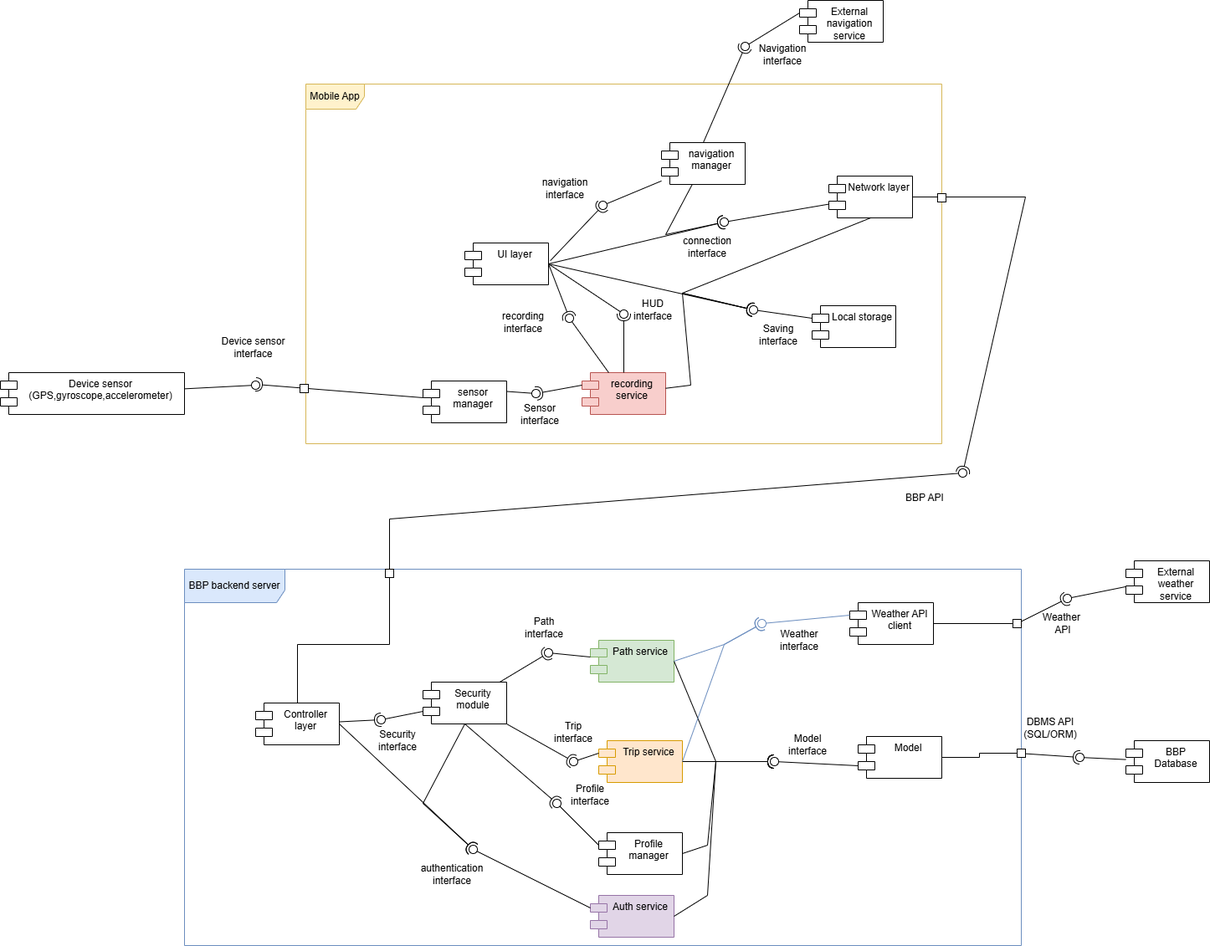
Before: DD/LaTeXCode/images/componentDiagrams/Component_diagram-Complete_low_level_diagram.drawio.png, a diagram exported from draw.io (jacopobellosi/Bellosi-Montanelli-Tempobono). Source tidied: cells renumbered, new cells last; positions are measured from the earlier drawing's top-left corner, leaving out a move shared by most shapes.
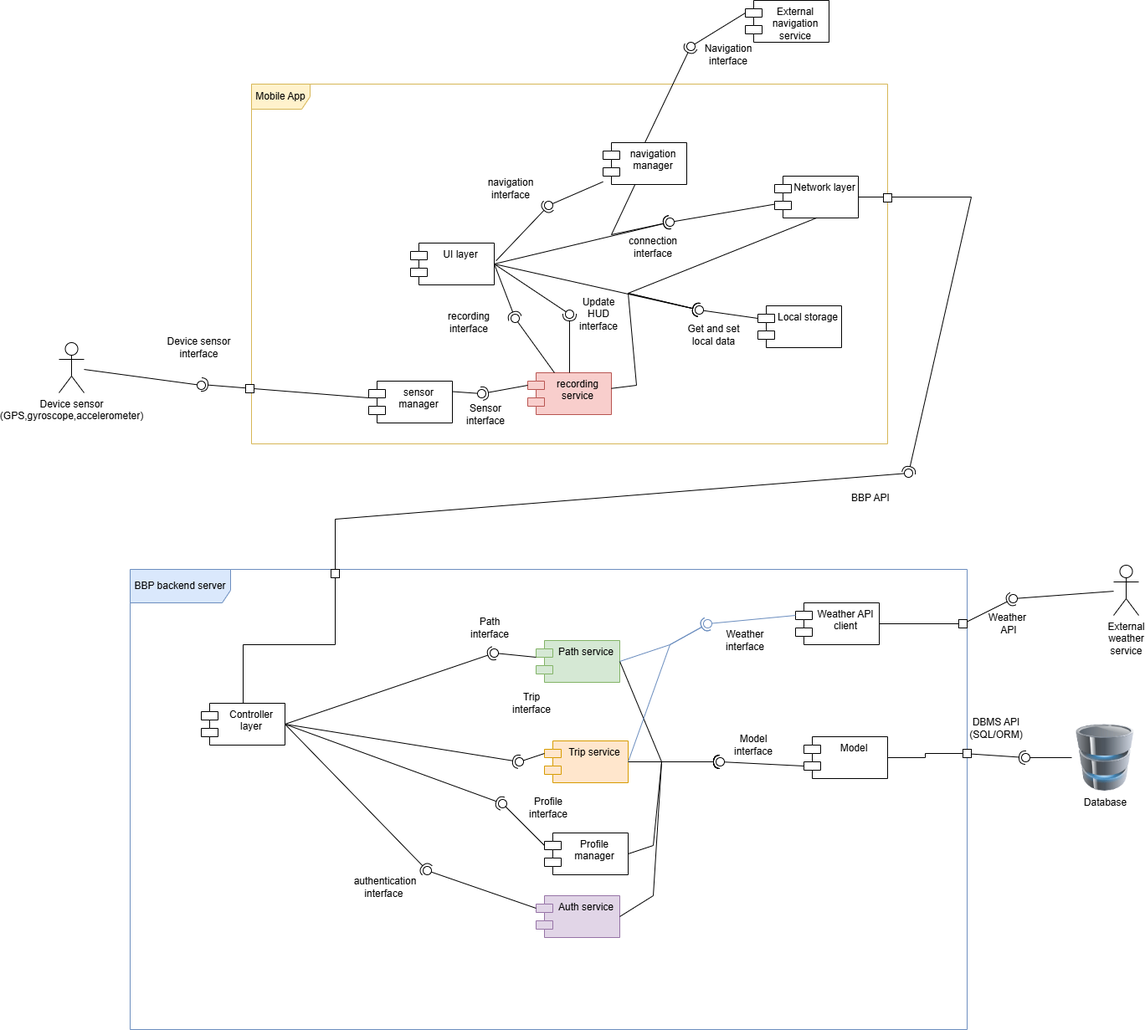
After the change.

What changed in the source:
```diff
@@ -3,20 +3,11 @@
     <mxCell id="0" />
     <mxCell id="1" parent="0" />
     <mxCell id="2" value="BBP backend server" style="shape=umlFrame;whiteSpace=wrap;html=1;width=120;height=40;fillColor=#dae8fc;strokeColor=#6c8ebf;" parent="1" vertex="1">
-      <mxGeometry x="220" y="680" width="1000" height="450" as="geometry" />
+      <mxGeometry x="220" y="680" width="1000" height="550" as="geometry" />
     </mxCell>
-    <mxCell id="3" value="BBP Database" style="shape=module;align=left;spacingLeft=20;align=center;verticalAlign=top;whiteSpace=wrap;html=1;" parent="1" vertex="1">
-      <mxGeometry x="1345" y="885" width="100" height="50" as="geometry" />
-    </mxCell>
     <mxCell id="4" value="External navigation service" style="shape=module;align=left;spacingLeft=20;align=center;verticalAlign=top;whiteSpace=wrap;html=1;" parent="1" vertex="1">
       <mxGeometry x="955" width="100" height="50" as="geometry" />
     </mxCell>
-    <mxCell id="5" value="Device sensor&lt;br&gt;(GPS,gyroscope,accelerometer)" style="shape=module;align=left;spacingLeft=20;align=center;verticalAlign=top;whiteSpace=wrap;html=1;" parent="1" vertex="1">
-      <mxGeometry y="445" width="220" height="50" as="geometry" />
-    </mxCell>
-    <mxCell id="6" value="External weather service" style="shape=module;align=left;spacingLeft=20;align=center;verticalAlign=top;whiteSpace=wrap;html=1;" parent="1" vertex="1">
-      <mxGeometry x="1345" y="670" width="100" height="50" as="geometry" />
-    </mxCell>
     <mxCell id="7" style="ellipse;whiteSpace=wrap;html=1;align=center;fillColor=none;strokeColor=none;perimeter=centerPerimeter;" parent="1" vertex="1">
       <mxGeometry x="810" y="580" width="10" height="10" as="geometry" />
     </mxCell>
@@ -32,7 +23,7 @@
     <mxCell id="11" style="rounded=0;jettySize=auto;html=1;endArrow=halfCircle;endFill=0;endSize=6;strokeWidth=1;sketch=0;exitX=1.001;exitY=0.56;exitDx=0;exitDy=0;exitPerimeter=0;" parent="1" edge="1" source="24" target="13">
       <mxGeometry relative="1" as="geometry" />
     </mxCell>
-    <mxCell id="12" style="rounded=0;jettySize=auto;html=1;endArrow=oval;endFill=0;sketch=0;sourcePerimeterSpacing=0;targetPerimeterSpacing=0;endSize=10;" parent="1" edge="1" source="3" target="13">
+    <mxCell id="12" style="rounded=0;jettySize=auto;html=1;endArrow=oval;endFill=0;sketch=0;sourcePerimeterSpacing=0;targetPerimeterSpacing=0;endSize=10;" parent="1" edge="1" source="127" target="13">
       <mxGeometry relative="1" as="geometry" />
     </mxCell>
     <mxCell id="13" style="ellipse;whiteSpace=wrap;html=1;align=center;fillColor=none;strokeColor=none;perimeter=centerPerimeter;points=[];outlineConnect=1;" parent="1" vertex="1">
@@ -41,7 +32,7 @@
     <mxCell id="14" style="rounded=0;jettySize=auto;html=1;endArrow=halfCircle;endFill=0;endSize=6;strokeWidth=1;sketch=0;" parent="1" edge="1" source="26" target="16">
       <mxGeometry relative="1" as="geometry" />
     </mxCell>
-    <mxCell id="15" style="rounded=0;jettySize=auto;html=1;endArrow=oval;endFill=0;sketch=0;sourcePerimeterSpacing=0;targetPerimeterSpacing=0;endSize=10;exitX=0.005;exitY=0.616;exitDx=0;exitDy=0;exitPerimeter=0;" parent="1" edge="1" source="6" target="16">
+    <mxCell id="15" style="rounded=0;jettySize=auto;html=1;endArrow=oval;endFill=0;sketch=0;sourcePerimeterSpacing=0;targetPerimeterSpacing=0;endSize=10;" parent="1" edge="1" source="6" target="16">
       <mxGeometry relative="1" as="geometry" />
     </mxCell>
     <mxCell id="16" style="ellipse;whiteSpace=wrap;html=1;align=center;fillColor=none;strokeColor=none;perimeter=centerPerimeter;points=[];outlineConnect=1;" parent="1" vertex="1">
@@ -116,9 +107,9 @@
       <mxGeometry relative="1" as="geometry" />
     </mxCell>
     <mxCell id="38" style="ellipse;whiteSpace=wrap;html=1;align=center;fillColor=none;strokeColor=none;perimeter=centerPerimeter;points=[];outlineConnect=1;" parent="1" vertex="1">
-      <mxGeometry x="560" y="1010" width="10" height="10" as="geometry" />
+      <mxGeometry x="570" y="1035" width="10" height="10" as="geometry" />
     </mxCell>
-    <mxCell id="39" style="rounded=0;jettySize=auto;html=1;endArrow=halfCircle;endFill=0;endSize=6;strokeWidth=1;sketch=0;" parent="1" edge="1" source="58">
+    <mxCell id="39" style="rounded=0;jettySize=auto;html=1;endArrow=halfCircle;endFill=0;endSize=6;strokeWidth=1;sketch=0;exitX=1;exitY=0.5;exitDx=0;exitDy=0;" parent="1" edge="1" source="29">
       <mxGeometry relative="1" as="geometry">
         <mxPoint x="655" y="780" as="targetPoint" />
       </mxGeometry>
@@ -131,7 +122,7 @@
     <mxCell id="41" style="ellipse;whiteSpace=wrap;html=1;align=center;fillColor=none;strokeColor=none;perimeter=centerPerimeter;" parent="1" vertex="1">
       <mxGeometry x="560" y="840" width="10" height="10" as="geometry" />
     </mxCell>
-    <mxCell id="42" style="rounded=0;jettySize=auto;html=1;endArrow=halfCircle;endFill=0;endSize=6;strokeWidth=1;sketch=0;exitX=1;exitY=1;exitDx=0;exitDy=0;" parent="1" edge="1" source="58">
+    <mxCell id="42" style="rounded=0;jettySize=auto;html=1;endArrow=halfCircle;endFill=0;endSize=6;strokeWidth=1;sketch=0;exitX=1;exitY=0.5;exitDx=0;exitDy=0;" parent="1" edge="1" source="29">
       <mxGeometry relative="1" as="geometry">
         <mxPoint x="685" y="910" as="targetPoint" />
       </mxGeometry>
@@ -142,9 +133,9 @@
       </mxGeometry>
     </mxCell>
     <mxCell id="44" style="ellipse;whiteSpace=wrap;html=1;align=center;fillColor=none;strokeColor=none;perimeter=centerPerimeter;" parent="1" vertex="1">
-      <mxGeometry x="560" y="920" width="10" height="10" as="geometry" />
+      <mxGeometry x="560" y="910" width="10" height="10" as="geometry" />
     </mxCell>
-    <mxCell id="45" style="rounded=0;jettySize=auto;html=1;endArrow=halfCircle;endFill=0;endSize=6;strokeWidth=1;sketch=0;exitX=0.5;exitY=1;exitDx=0;exitDy=0;" parent="1" edge="1" source="58">
+    <mxCell id="45" style="rounded=0;jettySize=auto;html=1;endArrow=halfCircle;endFill=0;endSize=6;strokeWidth=1;sketch=0;exitX=1;exitY=0.5;exitDx=0;exitDy=0;" parent="1" edge="1" source="29">
       <mxGeometry relative="1" as="geometry">
         <mxPoint x="665" y="960" as="targetPoint" />
       </mxGeometry>
@@ -206,19 +197,6 @@
     <mxCell id="57" style="ellipse;whiteSpace=wrap;html=1;align=center;fillColor=none;strokeColor=none;perimeter=centerPerimeter;points=[];outlineConnect=1;" parent="1" vertex="1">
       <mxGeometry x="905" y="740" width="10" height="10" as="geometry" />
     </mxCell>
-    <mxCell id="58" value="Security&lt;br&gt;module" style="shape=module;align=left;spacingLeft=20;align=center;verticalAlign=top;whiteSpace=wrap;html=1;" parent="1" vertex="1">
-      <mxGeometry x="505" y="815" width="100" height="50" as="geometry" />
-    </mxCell>
-    <mxCell id="59" style="rounded=0;jettySize=auto;html=1;endArrow=halfCircle;endFill=0;endSize=6;strokeWidth=1;sketch=0;" parent="1" edge="1" source="29">
-      <mxGeometry relative="1" as="geometry">
-        <mxPoint x="455" y="860" as="targetPoint" />
-      </mxGeometry>
-    </mxCell>
-    <mxCell id="60" style="rounded=0;jettySize=auto;html=1;endArrow=oval;endFill=0;sketch=0;sourcePerimeterSpacing=0;targetPerimeterSpacing=0;endSize=10;" parent="1" edge="1" source="58">
-      <mxGeometry relative="1" as="geometry">
-        <mxPoint x="455" y="860" as="targetPoint" />
-      </mxGeometry>
-    </mxCell>
     <mxCell id="61" value="Mobile App" style="shape=umlFrame;whiteSpace=wrap;html=1;width=70;height=30;fillColor=#fff2cc;strokeColor=#d6b656;gradientColor=none;swimlaneFillColor=none;fillStyle=auto;" parent="1" vertex="1">
       <mxGeometry x="365" y="100" width="760" height="430" as="geometry" />
     </mxCell>
@@ -235,7 +213,7 @@
       <mxGeometry x="505" y="455" width="100" height="50" as="geometry" />
     </mxCell>
     <mxCell id="66" value="navigation&lt;br&gt;manager" style="shape=module;align=left;spacingLeft=20;align=center;verticalAlign=top;whiteSpace=wrap;html=1;" parent="1" vertex="1">
-      <mxGeometry x="790" y="170" width="100" height="50" as="geometry" />
+      <mxGeometry x="785" y="170" width="100" height="50" as="geometry" />
     </mxCell>
     <mxCell id="67" value="Network layer" style="shape=module;align=left;spacingLeft=20;align=center;verticalAlign=top;whiteSpace=wrap;html=1;" parent="1" vertex="1">
       <mxGeometry x="990" y="210" width="100" height="50" as="geometry" />
@@ -375,13 +353,6 @@
     <mxCell id="104" style="ellipse;whiteSpace=wrap;html=1;align=center;fillColor=none;strokeColor=none;perimeter=centerPerimeter;" parent="1" vertex="1">
       <mxGeometry x="760" y="840" width="10" height="10" as="geometry" />
     </mxCell>
-    <mxCell id="105" style="rounded=0;jettySize=auto;html=1;endArrow=halfCircle;endFill=0;endSize=6;strokeWidth=1;sketch=0;exitX=0.5;exitY=1;exitDx=0;exitDy=0;" parent="1" edge="1" source="58" target="38">
-      <mxGeometry relative="1" as="geometry">
-        <Array as="points">
-          <mxPoint x="505" y="960" />
-        </Array>
-      </mxGeometry>
-    </mxCell>
     <mxCell id="106" style="ellipse;whiteSpace=wrap;html=1;align=center;fillColor=none;strokeColor=none;perimeter=centerPerimeter;" parent="1" vertex="1">
       <mxGeometry x="620" y="1000" width="10" height="10" as="geometry" />
     </mxCell>
@@ -400,8 +371,8 @@
     <mxCell id="109" value="Sensor&lt;br&gt;interface" style="text;html=1;whiteSpace=wrap;strokeColor=none;fillColor=none;align=center;verticalAlign=middle;rounded=0;" parent="1" vertex="1">
       <mxGeometry x="615" y="480" width="60" height="30" as="geometry" />
     </mxCell>
-    <mxCell id="110" value="Saving&lt;br&gt;interface" style="text;html=1;whiteSpace=wrap;strokeColor=none;fillColor=none;align=center;verticalAlign=middle;rounded=0;" parent="1" vertex="1">
-      <mxGeometry x="900" y="385" width="60" height="30" as="geometry" />
+    <mxCell id="110" value="Get and set local data" style="text;html=1;whiteSpace=wrap;strokeColor=none;fillColor=none;align=center;verticalAlign=middle;rounded=0;" parent="1" vertex="1">
+      <mxGeometry x="875" y="385" width="85" height="30" as="geometry" />
     </mxCell>
     <mxCell id="111" value="connection&lt;br&gt;interface" style="text;html=1;whiteSpace=wrap;strokeColor=none;fillColor=none;align=center;verticalAlign=middle;rounded=0;" parent="1" vertex="1">
       <mxGeometry x="815" y="280" width="60" height="30" as="geometry" />
@@ -410,19 +381,16 @@
       <mxGeometry x="645" y="210" width="60" height="30" as="geometry" />
     </mxCell>
     <mxCell id="113" value="Profile&lt;br&gt;interface" style="text;html=1;whiteSpace=wrap;strokeColor=none;fillColor=none;align=center;verticalAlign=middle;rounded=0;" parent="1" vertex="1">
-      <mxGeometry x="675" y="935" width="60" height="30" as="geometry" />
+      <mxGeometry x="690" y="950" width="60" height="30" as="geometry" />
     </mxCell>
-    <mxCell id="114" value="authentication&lt;br&gt;interface" style="text;html=1;whiteSpace=wrap;strokeColor=none;fillColor=none;align=center;verticalAlign=middle;rounded=0;" parent="1" vertex="1">
-      <mxGeometry x="510" y="1030" width="60" height="30" as="geometry" />
+    <mxCell id="114" value="authentication&lt;br&gt;interface&amp;nbsp;" style="text;html=1;whiteSpace=wrap;strokeColor=none;fillColor=none;align=center;verticalAlign=middle;rounded=0;" parent="1" vertex="1">
+      <mxGeometry x="495" y="1045" width="60" height="30" as="geometry" />
     </mxCell>
-    <mxCell id="115" value="Security&lt;br&gt;interface" style="text;html=1;whiteSpace=wrap;strokeColor=none;fillColor=none;align=center;verticalAlign=middle;rounded=0;" parent="1" vertex="1">
-      <mxGeometry x="445" y="870" width="60" height="30" as="geometry" />
-    </mxCell>
     <mxCell id="116" value="Path&lt;br&gt;interface" style="text;html=1;whiteSpace=wrap;strokeColor=none;fillColor=none;align=center;verticalAlign=middle;rounded=0;" parent="1" vertex="1">
       <mxGeometry x="620" y="735" width="60" height="30" as="geometry" />
     </mxCell>
     <mxCell id="117" value="Trip&lt;br&gt;interface" style="text;html=1;whiteSpace=wrap;strokeColor=none;fillColor=none;align=center;verticalAlign=middle;rounded=0;" parent="1" vertex="1">
-      <mxGeometry x="655" y="860" width="60" height="30" as="geometry" />
+      <mxGeometry x="670" y="825" width="60" height="30" as="geometry" />
     </mxCell>
     <mxCell id="118" value="Model&lt;br&gt;interface" style="text;html=1;whiteSpace=wrap;strokeColor=none;fillColor=none;align=center;verticalAlign=middle;rounded=0;" parent="1" vertex="1">
       <mxGeometry x="935" y="875" width="60" height="30" as="geometry" />
@@ -452,8 +420,17 @@
     <mxCell id="125" style="ellipse;whiteSpace=wrap;html=1;align=center;fillColor=none;strokeColor=none;perimeter=centerPerimeter;points=[];outlineConnect=1;" parent="1" vertex="1">
       <mxGeometry x="740" y="370" width="10" height="10" as="geometry" />
     </mxCell>
-    <mxCell id="126" value="HUD&lt;br&gt;interface" style="text;html=1;whiteSpace=wrap;strokeColor=none;fillColor=none;align=center;verticalAlign=middle;rounded=0;" parent="1" vertex="1">
-      <mxGeometry x="750" y="355" width="60" height="30" as="geometry" />
+    <mxCell id="126" value="Update&lt;br&gt;HUD&lt;br&gt;interface" style="text;html=1;whiteSpace=wrap;strokeColor=none;fillColor=none;align=center;verticalAlign=middle;rounded=0;" parent="1" vertex="1">
+      <mxGeometry x="750" y="360" width="60" height="30" as="geometry" />
     </mxCell>
+    <mxCell id="5" value="&lt;span style=&quot;text-wrap-mode: wrap;&quot;&gt;Device sensor&lt;/span&gt;&lt;br style=&quot;text-wrap-mode: wrap;&quot;&gt;&lt;span style=&quot;text-wrap-mode: wrap;&quot;&gt;(GPS,gyroscope,accelerometer)&lt;/span&gt;" style="shape=umlActor;verticalLabelPosition=bottom;verticalAlign=top;html=1;outlineConnect=0;" parent="1" vertex="1">
+      <mxGeometry x="135" y="409" width="30" height="60" as="geometry" />
+    </mxCell>
+    <mxCell id="127" value="Database" style="image;html=1;image=img/lib/clip_art/computers/Database_128x128.png;" parent="1" vertex="1">
+      <mxGeometry x="1345" y="865" width="80" height="80" as="geometry" />
+    </mxCell>
+    <mxCell id="6" value="&lt;span style=&quot;text-wrap-mode: wrap;&quot;&gt;External weather service&lt;/span&gt;" style="shape=umlActor;verticalLabelPosition=bottom;verticalAlign=top;html=1;outlineConnect=0;" parent="1" vertex="1">
+      <mxGeometry x="1395" y="675" width="30" height="60" as="geometry" />
+    </mxCell>
   </root>
 </mxGraphModel>
```
